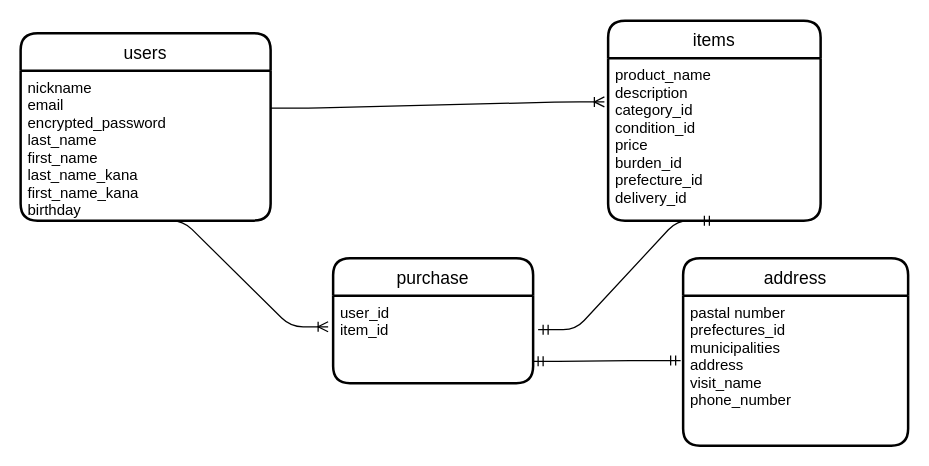
Before: furima.dio in himena0214/furima-32835, a draw.io diagram. Source tidied: cells renumbered, new cells numbered last; positions are measured from the earlier drawing's top-left corner, leaving out a move shared by most shapes. Both pictures are drawn from the tidied source at 125%, with x=0, y=0 at pixel (20, 20).
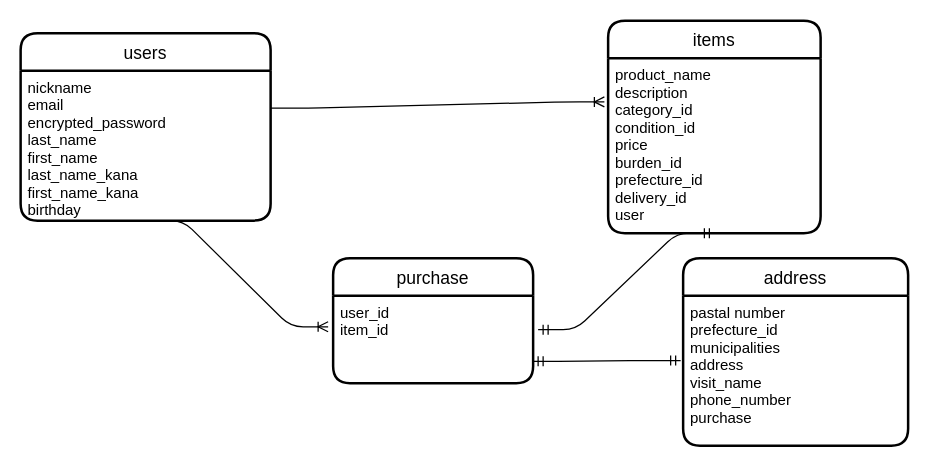
After the change.

Commit message (it also covers changes not shown here):
データベース9

The edit, as a diff of the source:
```diff
@@
 <mxGraphModel>
   <root>
     <mxCell id="0" />
     <mxCell id="1" parent="0" />
     <mxCell id="2" value="users" style="swimlane;horizontal=1;startSize=30;rounded=1;fontSize=14;fontStyle=0;strokeWidth=2;shadow=0;dashed=0;align=center;sketch=0;" parent="1" vertex="1">
       <mxGeometry y="10" width="200" height="150" as="geometry" />
     </mxCell>
     <mxCell id="3" value="nickname&#10;email&#10;encrypted_password&#10;last_name&#10;first_name&#10;last_name_kana&#10;first_name_kana&#10;birthday&#10;&#10;&#10;" style="align=left;strokeColor=none;fillColor=none;spacingLeft=4;fontSize=12;verticalAlign=top;" parent="2" vertex="1">
       <mxGeometry y="30" width="200" height="120" as="geometry" />
     </mxCell>
     <mxCell id="4" value="items" style="swimlane;horizontal=1;startSize=30;rounded=1;fontSize=14;fontStyle=0;strokeWidth=2;shadow=0;dashed=0;align=center;sketch=0;" parent="1" vertex="1">
-      <mxGeometry x="470" width="170" height="160" as="geometry" />
+      <mxGeometry x="470" width="170" height="170" as="geometry" />
     </mxCell>
-    <mxCell id="5" value="product_name&#10;description&#10;category_id&#10;condition_id&#10;price&#10;burden_id&#10;prefecture_id&#10;delivery_id&#10;&#10;&#10;" style="align=left;strokeColor=none;fillColor=none;spacingLeft=4;fontSize=12;verticalAlign=top;" parent="4" vertex="1">
-      <mxGeometry y="30" width="170" height="130" as="geometry" />
+    <mxCell id="5" value="product_name&#10;description&#10;category_id&#10;condition_id&#10;price&#10;burden_id&#10;prefecture_id&#10;delivery_id&#10;user&#10;&#10;&#10;" style="align=left;strokeColor=none;fillColor=none;spacingLeft=4;fontSize=12;verticalAlign=top;" parent="4" vertex="1">
+      <mxGeometry y="30" width="170" height="140" as="geometry" />
     </mxCell>
     <mxCell id="6" value="address" style="swimlane;horizontal=1;startSize=30;rounded=1;fontSize=14;fontStyle=0;strokeWidth=2;shadow=0;dashed=0;align=center;sketch=0;" parent="1" vertex="1">
       <mxGeometry x="530" y="190" width="180" height="150" as="geometry" />
     </mxCell>
-    <mxCell id="7" value="pastal number&#10;prefectures_id&#10;municipalities&#10;address&#10;visit_name&#10;phone_number" style="align=left;strokeColor=none;fillColor=none;spacingLeft=4;fontSize=12;verticalAlign=top;" parent="6" vertex="1">
+    <mxCell id="7" value="pastal number&#10;prefecture_id&#10;municipalities&#10;address&#10;visit_name&#10;phone_number&#10;purchase" style="align=left;strokeColor=none;fillColor=none;spacingLeft=4;fontSize=12;verticalAlign=top;" parent="6" vertex="1">
       <mxGeometry y="30" width="180" height="120" as="geometry" />
     </mxCell>
     <mxCell id="8" style="edgeStyle=entityRelationEdgeStyle;fontSize=12;html=1;endArrow=ERoneToMany;exitX=1;exitY=0.25;exitDx=0;exitDy=0;" parent="1" edge="1" source="3">
       <mxGeometry relative="1" as="geometry">
         <mxPoint x="467" y="65" as="targetPoint" />
       </mxGeometry>
     </mxCell>
     <mxCell id="9" style="edgeStyle=entityRelationEdgeStyle;fontSize=12;html=1;endArrow=ERoneToMany;entryX=-0.025;entryY=0.356;entryDx=0;entryDy=0;entryPerimeter=0;exitX=0.5;exitY=1;exitDx=0;exitDy=0;" parent="1" edge="1" source="3" target="12">
       <mxGeometry relative="1" as="geometry" />
     </mxCell>
     <mxCell id="10" style="edgeStyle=entityRelationEdgeStyle;fontSize=12;html=1;endArrow=ERmandOne;startArrow=ERmandOne;exitX=1.025;exitY=0.389;exitDx=0;exitDy=0;entryX=0.5;entryY=1;entryDx=0;entryDy=0;exitPerimeter=0;" parent="1" edge="1" source="12" target="5">
       <mxGeometry relative="1" as="geometry" />
     </mxCell>
     <mxCell id="11" value="purchase" style="swimlane;horizontal=1;startSize=30;rounded=1;fontSize=14;fontStyle=0;strokeWidth=2;shadow=0;dashed=0;align=center;sketch=0;" parent="1" vertex="1">
       <mxGeometry x="250" y="190" width="160" height="100" as="geometry" />
     </mxCell>
     <mxCell id="12" value="user_id&#10;item_id&#10;" style="align=left;strokeColor=none;fillColor=none;spacingLeft=4;fontSize=12;verticalAlign=top;" parent="11" vertex="1">
       <mxGeometry y="30" width="160" height="70" as="geometry" />
     </mxCell>
     <mxCell id="13" style="edgeStyle=entityRelationEdgeStyle;fontSize=12;html=1;endArrow=ERmandOne;startArrow=ERmandOne;exitX=1;exitY=0.75;exitDx=0;exitDy=0;entryX=-0.011;entryY=0.433;entryDx=0;entryDy=0;entryPerimeter=0;" parent="1" edge="1" source="12" target="7">
       <mxGeometry relative="1" as="geometry" />
     </mxCell>
   </root>
 </mxGraphModel>
```
